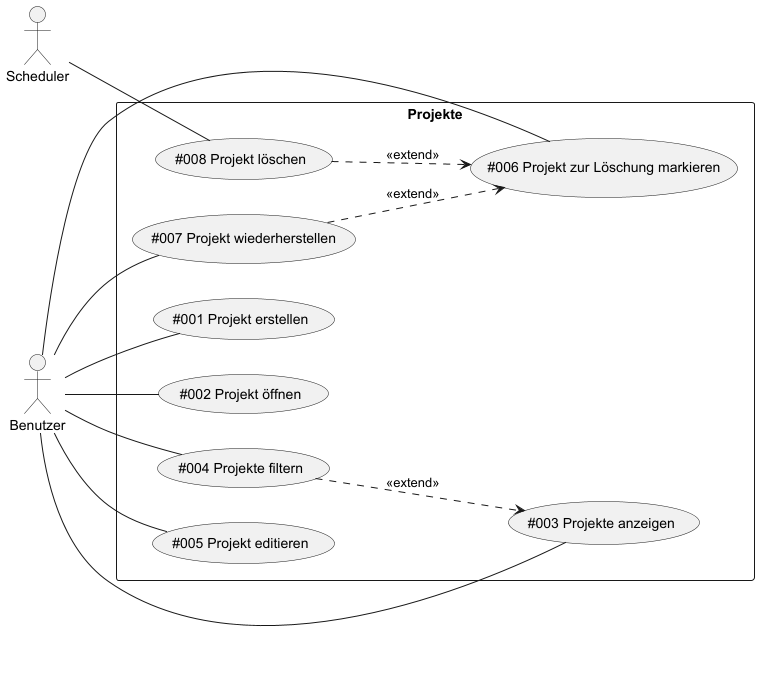
This is data-integration-documentation/src/main/images/usecases/projects.png from TuncerCatalkaya/data-integration, a PlantUML export, as it was before one commit. Its diagram source:
```plantuml
@startuml
left to right direction

actor Benutzer as Actor1
actor Scheduler as Actor2

rectangle Projekte {
    (#001 Projekt erstellen) as (UC1)
    (#002 Projekt öffnen) as (UC2)
    (#003 Projekte anzeigen) as (UC3)
    (#004 Projekte filtern) as (UC4)
    (#005 Projekt editieren) as (UC5)
    (#006 Projekt zur Löschung markieren) as (UC6)
    (#007 Projekt wiederherstellen) as (UC7)
    (#008 Projekt löschen) as (UC8)
}

Actor2 -- (UC8)

Actor1 -- (UC1)
Actor1 -- (UC2)
Actor1 -- (UC3)
Actor1 -- (UC4)
Actor1 -- (UC5)
Actor1 -- (UC6)
Actor1 -- (UC7)

(UC4) ..> (UC3) : <<extend>>
(UC7) ..> UC6 : <<extend>>
(UC8) ..> UC6 : <<extend>>

@enduml
```
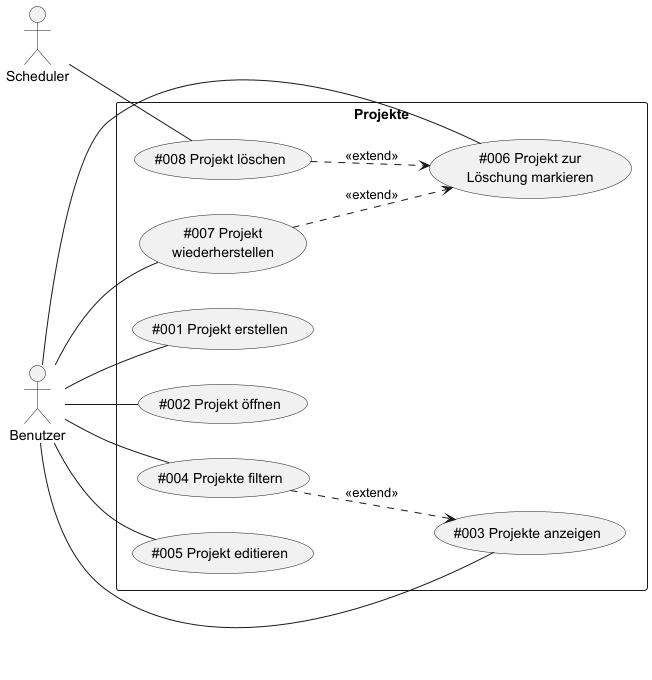
The same file after the commit.

Change to the diagram source:
```diff
@@ -10,8 +10,8 @@
     (#003 Projekte anzeigen) as (UC3)
     (#004 Projekte filtern) as (UC4)
     (#005 Projekt editieren) as (UC5)
-    (#006 Projekt zur Löschung markieren) as (UC6)
-    (#007 Projekt wiederherstellen) as (UC7)
+    (#006 Projekt zur\nLöschung markieren) as (UC6)
+    (#007 Projekt\nwiederherstellen) as (UC7)
     (#008 Projekt löschen) as (UC8)
 }
 
```
